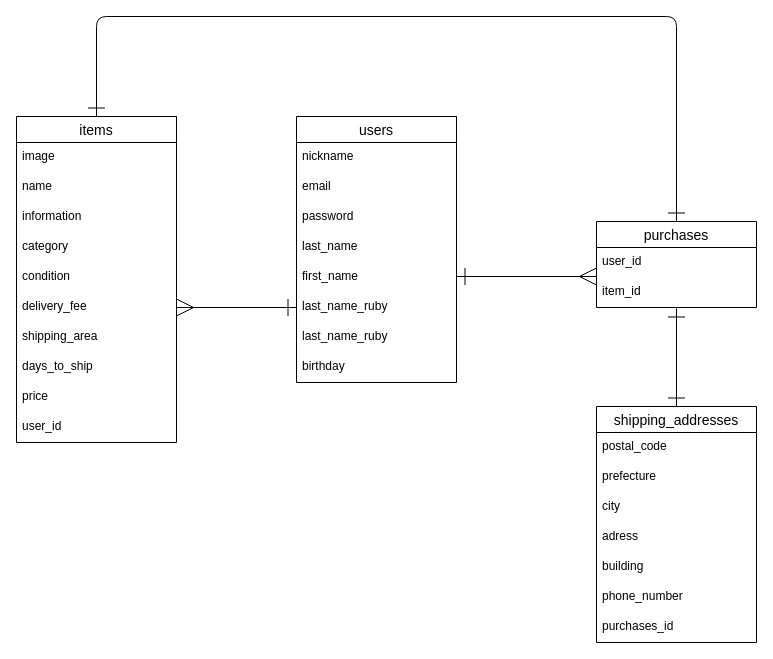
The draw.io diagram furima.dio in s-shota222/furima-32846, before the edit. Source tidied: cells renumbered, new cells numbered last; positions are measured from the earlier drawing's top-left corner, leaving out a move shared by most shapes. Both pictures are drawn from the tidied source at 100%, with x=0, y=0 at pixel (16, 16).
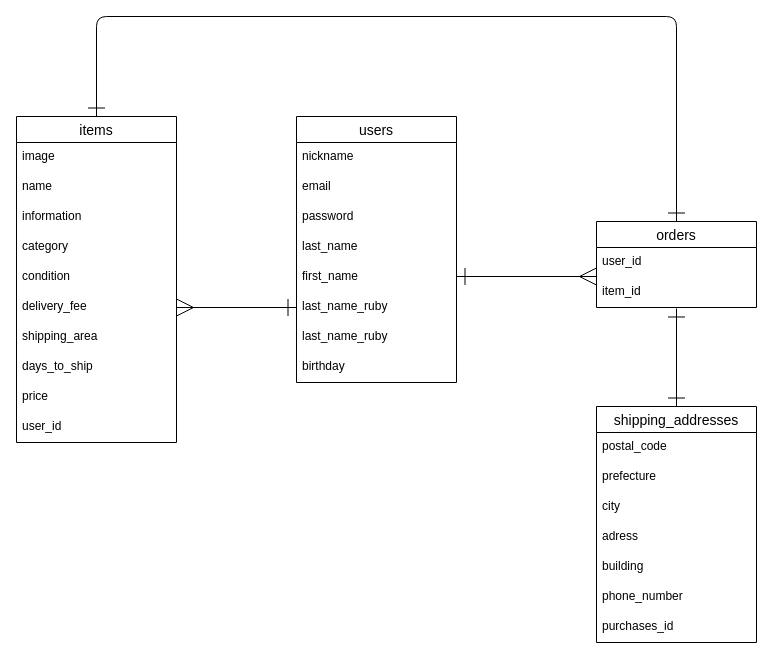
After the change.

The edit, as a diff of the source:
```diff
@@
-    <mxCell id="23" value="purchases" style="swimlane;fontStyle=0;horizontal=1;startSize=26;align=center;fontSize=14;" parent="1" vertex="1">
+    <mxCell id="23" value="orders" style="swimlane;fontStyle=0;horizontal=1;startSize=26;align=center;fontSize=14;" parent="1" vertex="1">
       <mxGeometry x="580" y="205" width="160" height="86" as="geometry" />
     </mxCell>
```
